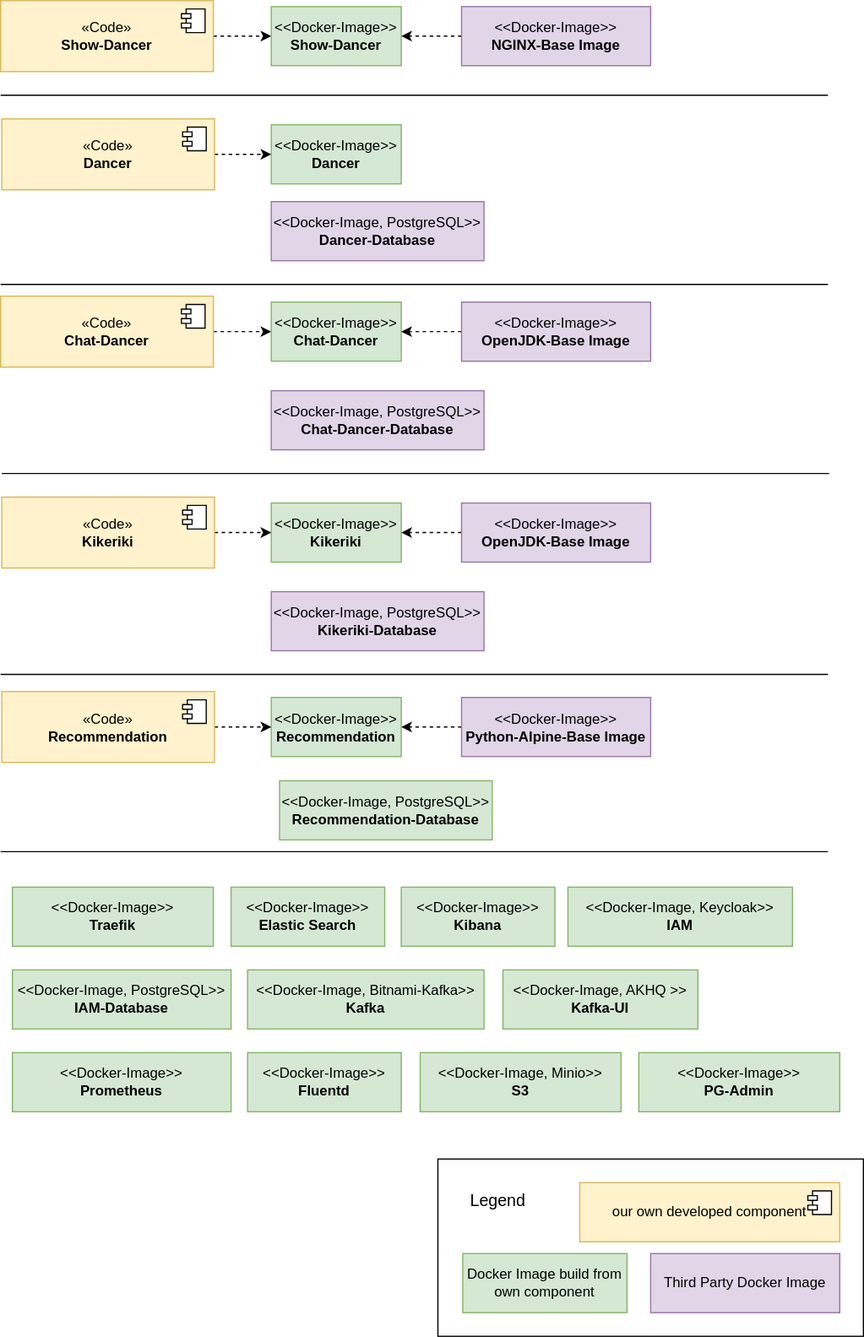
dancier/documentation keeps this draw.io diagram as src/main/jbake/content/documentation/arc42/images/deployment-components.drawio.svg. Above is the earlier version. Source tidied: cells renumbered, new cells last; positions are measured from the earlier drawing's top-left corner, leaving out a move shared by most shapes. The source it was exported from:
```xml
<mxGraphModel>
  <root>
    <mxCell id="0" />
    <mxCell id="1" parent="0" />
    <mxCell id="2" style="edgeStyle=orthogonalEdgeStyle;rounded=0;jettySize=auto;html=1;entryX=0;entryY=0.5;entryDx=0;entryDy=0;dashed=1;" parent="1" edge="1" source="3" target="5">
      <mxGeometry relative="1" as="geometry" />
    </mxCell>
    <mxCell id="3" value="«Code»&lt;br&gt;&lt;b&gt;Show-Dancer&lt;/b&gt;" style="html=1;whiteSpace=wrap;fillColor=#fff2cc;strokeColor=#d6b656;" parent="1" vertex="1">
      <mxGeometry width="180" height="60" as="geometry" />
    </mxCell>
    <mxCell id="4" style="shape=module;jettyWidth=8;jettyHeight=4;" parent="3" vertex="1">
      <mxGeometry x="1" width="20" height="20" relative="1" as="geometry">
        <mxPoint x="-27" y="7" as="offset" />
      </mxGeometry>
    </mxCell>
    <mxCell id="5" value="&amp;lt;&amp;lt;Docker-Image&amp;gt;&amp;gt;&lt;br&gt;&lt;b&gt;Show-Dancer&lt;/b&gt;" style="html=1;whiteSpace=wrap;fillColor=#d5e8d4;strokeColor=#82b366;" parent="1" vertex="1">
      <mxGeometry x="229" y="5" width="110" height="50" as="geometry" />
    </mxCell>
    <mxCell id="6" style="edgeStyle=orthogonalEdgeStyle;rounded=0;jettySize=auto;html=1;entryX=1;entryY=0.5;entryDx=0;entryDy=0;dashed=1;" parent="1" edge="1" source="7" target="5">
      <mxGeometry relative="1" as="geometry" />
    </mxCell>
    <mxCell id="7" value="&amp;lt;&amp;lt;Docker-Image&amp;gt;&amp;gt;&lt;br&gt;&lt;b&gt;NGINX-Base Image&lt;/b&gt;" style="html=1;whiteSpace=wrap;fillColor=#e1d5e7;strokeColor=#9673a6;" parent="1" vertex="1">
      <mxGeometry x="390" y="5" width="160" height="50" as="geometry" />
    </mxCell>
    <mxCell id="8" value="&amp;lt;&amp;lt;Docker-Image&amp;gt;&amp;gt;&lt;br&gt;&lt;b&gt;Dancer&lt;/b&gt;" style="html=1;whiteSpace=wrap;fillColor=#d5e8d4;strokeColor=#82b366;" parent="1" vertex="1">
      <mxGeometry x="229" y="105" width="110" height="50" as="geometry" />
    </mxCell>
    <mxCell id="9" style="edgeStyle=orthogonalEdgeStyle;rounded=0;jettySize=auto;html=1;entryX=0;entryY=0.5;entryDx=0;entryDy=0;dashed=1;" parent="1" edge="1" source="10" target="8">
      <mxGeometry relative="1" as="geometry" />
    </mxCell>
    <mxCell id="10" value="«Code»&lt;br&gt;&lt;b&gt;Dancer&lt;/b&gt;" style="html=1;whiteSpace=wrap;fillColor=#fff2cc;strokeColor=#d6b656;" parent="1" vertex="1">
      <mxGeometry x="1" y="100" width="180" height="60" as="geometry" />
    </mxCell>
    <mxCell id="11" style="shape=module;jettyWidth=8;jettyHeight=4;" parent="10" vertex="1">
      <mxGeometry x="1" width="20" height="20" relative="1" as="geometry">
        <mxPoint x="-27" y="7" as="offset" />
      </mxGeometry>
    </mxCell>
    <mxCell id="12" value="&amp;lt;&amp;lt;Docker-Image, PostgreSQL&amp;gt;&amp;gt;&lt;br&gt;&lt;b&gt;Dancer-Database&lt;/b&gt;" style="html=1;whiteSpace=wrap;fillColor=#e1d5e7;strokeColor=#9673a6;" parent="1" vertex="1">
      <mxGeometry x="229" y="170" width="180" height="50" as="geometry" />
    </mxCell>
    <mxCell id="13" value="&amp;lt;&amp;lt;Docker-Image&amp;gt;&amp;gt;&lt;br&gt;&lt;b&gt;Chat-Dancer&lt;/b&gt;" style="html=1;whiteSpace=wrap;fillColor=#d5e8d4;strokeColor=#82b366;" parent="1" vertex="1">
      <mxGeometry x="229" y="255" width="110" height="50" as="geometry" />
    </mxCell>
    <mxCell id="14" style="edgeStyle=orthogonalEdgeStyle;rounded=0;jettySize=auto;html=1;entryX=0;entryY=0.5;entryDx=0;entryDy=0;dashed=1;" parent="1" edge="1" source="15" target="13">
      <mxGeometry relative="1" as="geometry" />
    </mxCell>
    <mxCell id="15" value="«Code»&lt;br&gt;&lt;b&gt;Chat-Dancer&lt;/b&gt;" style="html=1;whiteSpace=wrap;fillColor=#fff2cc;strokeColor=#d6b656;" parent="1" vertex="1">
      <mxGeometry y="250" width="180" height="60" as="geometry" />
    </mxCell>
    <mxCell id="16" style="shape=module;jettyWidth=8;jettyHeight=4;" parent="15" vertex="1">
      <mxGeometry x="1" width="20" height="20" relative="1" as="geometry">
        <mxPoint x="-27" y="7" as="offset" />
      </mxGeometry>
    </mxCell>
    <mxCell id="17" style="edgeStyle=orthogonalEdgeStyle;rounded=0;jettySize=auto;html=1;dashed=1;" parent="1" edge="1" source="18" target="13">
      <mxGeometry relative="1" as="geometry" />
    </mxCell>
    <mxCell id="18" value="&amp;lt;&amp;lt;Docker-Image&amp;gt;&amp;gt;&lt;br&gt;&lt;b&gt;OpenJDK-Base Image&lt;/b&gt;" style="html=1;whiteSpace=wrap;fillColor=#e1d5e7;strokeColor=#9673a6;" parent="1" vertex="1">
      <mxGeometry x="390" y="255" width="160" height="50" as="geometry" />
    </mxCell>
    <mxCell id="19" value="&amp;lt;&amp;lt;Docker-Image, PostgreSQL&amp;gt;&amp;gt;&lt;br&gt;&lt;b&gt;Chat-Dancer-Database&lt;/b&gt;" style="html=1;whiteSpace=wrap;fillColor=#e1d5e7;strokeColor=#9673a6;" parent="1" vertex="1">
      <mxGeometry x="229" y="330" width="180" height="50" as="geometry" />
    </mxCell>
    <mxCell id="20" value="&amp;lt;&amp;lt;Docker-Image&amp;gt;&amp;gt;&lt;br&gt;&lt;b&gt;Fluentd&lt;/b&gt;" style="html=1;whiteSpace=wrap;fillColor=#d5e8d4;strokeColor=#82b366;" parent="1" vertex="1">
      <mxGeometry x="209" y="890" width="130" height="50" as="geometry" />
    </mxCell>
    <mxCell id="21" value="&amp;lt;&amp;lt;Docker-Image, Keycloak&amp;gt;&amp;gt;&lt;br&gt;&lt;b&gt;IAM&lt;/b&gt;" style="html=1;whiteSpace=wrap;fillColor=#d5e8d4;strokeColor=#82b366;" parent="1" vertex="1">
      <mxGeometry x="480" y="750" width="190" height="50" as="geometry" />
    </mxCell>
    <mxCell id="22" value="&amp;lt;&amp;lt;Docker-Image, PostgreSQL&amp;gt;&amp;gt;&lt;br&gt;&lt;b&gt;IAM-Database&lt;/b&gt;" style="html=1;whiteSpace=wrap;fillColor=#d5e8d4;strokeColor=#82b366;" parent="1" vertex="1">
      <mxGeometry x="10" y="820" width="185" height="50" as="geometry" />
    </mxCell>
    <mxCell id="23" value="&amp;lt;&amp;lt;Docker-Image, Bitnami-Kafka&amp;gt;&amp;gt;&lt;br&gt;&lt;b&gt;Kafka&lt;/b&gt;" style="html=1;whiteSpace=wrap;fillColor=#d5e8d4;strokeColor=#82b366;" parent="1" vertex="1">
      <mxGeometry x="209" y="820" width="200" height="50" as="geometry" />
    </mxCell>
    <mxCell id="24" value="&amp;lt;&amp;lt;Docker-Image, AKHQ &amp;gt;&amp;gt;&lt;br&gt;&lt;b&gt;Kafka-UI&lt;/b&gt;" style="html=1;whiteSpace=wrap;fillColor=#d5e8d4;strokeColor=#82b366;" parent="1" vertex="1">
      <mxGeometry x="425" y="820" width="165" height="50" as="geometry" />
    </mxCell>
    <mxCell id="25" value="&amp;lt;&amp;lt;Docker-Image&amp;gt;&amp;gt;&lt;br&gt;&lt;b&gt;Kikeriki&lt;/b&gt;" style="html=1;whiteSpace=wrap;fillColor=#d5e8d4;strokeColor=#82b366;" parent="1" vertex="1">
      <mxGeometry x="229" y="425" width="110" height="50" as="geometry" />
    </mxCell>
    <mxCell id="26" style="edgeStyle=orthogonalEdgeStyle;rounded=0;jettySize=auto;html=1;entryX=0;entryY=0.5;entryDx=0;entryDy=0;dashed=1;" parent="1" edge="1" source="27" target="25">
      <mxGeometry relative="1" as="geometry" />
    </mxCell>
    <mxCell id="27" value="«Code»&lt;br&gt;&lt;b&gt;Kikeriki&lt;/b&gt;" style="html=1;whiteSpace=wrap;fillColor=#fff2cc;strokeColor=#d6b656;" parent="1" vertex="1">
      <mxGeometry x="1" y="420" width="180" height="60" as="geometry" />
    </mxCell>
    <mxCell id="28" style="shape=module;jettyWidth=8;jettyHeight=4;" parent="27" vertex="1">
      <mxGeometry x="1" width="20" height="20" relative="1" as="geometry">
        <mxPoint x="-27" y="7" as="offset" />
      </mxGeometry>
    </mxCell>
    <mxCell id="29" style="edgeStyle=orthogonalEdgeStyle;rounded=0;jettySize=auto;html=1;dashed=1;" parent="1" edge="1" source="30" target="25">
      <mxGeometry relative="1" as="geometry" />
    </mxCell>
    <mxCell id="30" value="&amp;lt;&amp;lt;Docker-Image&amp;gt;&amp;gt;&lt;br&gt;&lt;b&gt;OpenJDK-Base Image&lt;/b&gt;" style="html=1;whiteSpace=wrap;fillColor=#e1d5e7;strokeColor=#9673a6;" parent="1" vertex="1">
      <mxGeometry x="390" y="425" width="160" height="50" as="geometry" />
    </mxCell>
    <mxCell id="31" value="&amp;lt;&amp;lt;Docker-Image, PostgreSQL&amp;gt;&amp;gt;&lt;br&gt;&lt;b&gt;Kikeriki-Database&lt;/b&gt;" style="html=1;whiteSpace=wrap;fillColor=#e1d5e7;strokeColor=#9673a6;" parent="1" vertex="1">
      <mxGeometry x="229" y="500" width="180" height="50" as="geometry" />
    </mxCell>
    <mxCell id="32" value="&amp;lt;&amp;lt;Docker-Image&amp;gt;&amp;gt;&lt;br&gt;&lt;b&gt;PG-Admin&lt;/b&gt;" style="html=1;whiteSpace=wrap;fillColor=#d5e8d4;strokeColor=#82b366;" parent="1" vertex="1">
      <mxGeometry x="540" y="890" width="170" height="50" as="geometry" />
    </mxCell>
    <mxCell id="33" value="&amp;lt;&amp;lt;Docker-Image&amp;gt;&amp;gt;&lt;br&gt;&lt;b&gt;Prometheus&lt;/b&gt;" style="html=1;whiteSpace=wrap;fillColor=#d5e8d4;strokeColor=#82b366;" parent="1" vertex="1">
      <mxGeometry x="10" y="890" width="185" height="50" as="geometry" />
    </mxCell>
    <mxCell id="34" value="&amp;lt;&amp;lt;Docker-Image&amp;gt;&amp;gt;&lt;br&gt;&lt;b&gt;Recommendation&lt;/b&gt;" style="html=1;whiteSpace=wrap;fillColor=#d5e8d4;strokeColor=#82b366;" parent="1" vertex="1">
      <mxGeometry x="229" y="589.5" width="110" height="50" as="geometry" />
    </mxCell>
    <mxCell id="35" style="edgeStyle=orthogonalEdgeStyle;rounded=0;jettySize=auto;html=1;entryX=0;entryY=0.5;entryDx=0;entryDy=0;dashed=1;" parent="1" edge="1" source="36" target="34">
      <mxGeometry relative="1" as="geometry" />
    </mxCell>
    <mxCell id="36" value="«Code»&lt;br&gt;&lt;b&gt;Recommendation&lt;/b&gt;" style="html=1;whiteSpace=wrap;fillColor=#fff2cc;strokeColor=#d6b656;" parent="1" vertex="1">
      <mxGeometry x="1" y="584.5" width="180" height="60" as="geometry" />
    </mxCell>
    <mxCell id="37" style="shape=module;jettyWidth=8;jettyHeight=4;" parent="36" vertex="1">
      <mxGeometry x="1" width="20" height="20" relative="1" as="geometry">
        <mxPoint x="-27" y="7" as="offset" />
      </mxGeometry>
    </mxCell>
    <mxCell id="38" style="edgeStyle=orthogonalEdgeStyle;rounded=0;jettySize=auto;html=1;dashed=1;" parent="1" edge="1" source="39" target="34">
      <mxGeometry relative="1" as="geometry" />
    </mxCell>
    <mxCell id="39" value="&amp;lt;&amp;lt;Docker-Image&amp;gt;&amp;gt;&lt;br&gt;&lt;b&gt;Python-Alpine-Base Image&lt;/b&gt;" style="html=1;whiteSpace=wrap;fillColor=#e1d5e7;strokeColor=#9673a6;" parent="1" vertex="1">
      <mxGeometry x="390" y="589.5" width="160" height="50" as="geometry" />
    </mxCell>
    <mxCell id="40" value="&amp;lt;&amp;lt;Docker-Image, PostgreSQL&amp;gt;&amp;gt;&lt;br&gt;&lt;b&gt;Recommendation-Database&lt;/b&gt;" style="html=1;whiteSpace=wrap;fillColor=#d5e8d4;strokeColor=#82b366;" parent="1" vertex="1">
      <mxGeometry x="236" y="660" width="180" height="50" as="geometry" />
    </mxCell>
    <mxCell id="41" value="&amp;lt;&amp;lt;Docker-Image&amp;gt;&amp;gt;&lt;br&gt;&lt;b&gt;Elastic Search&lt;/b&gt;" style="html=1;whiteSpace=wrap;fillColor=#d5e8d4;strokeColor=#82b366;" parent="1" vertex="1">
      <mxGeometry x="195" y="750" width="130" height="50" as="geometry" />
    </mxCell>
    <mxCell id="42" value="&amp;lt;&amp;lt;Docker-Image&amp;gt;&amp;gt;&lt;br&gt;&lt;b&gt;Traefik&lt;/b&gt;" style="html=1;whiteSpace=wrap;fillColor=#d5e8d4;strokeColor=#82b366;" parent="1" vertex="1">
      <mxGeometry x="10" y="750" width="170" height="50" as="geometry" />
    </mxCell>
    <mxCell id="43" value="&amp;lt;&amp;lt;Docker-Image, Minio&amp;gt;&amp;gt;&lt;br&gt;&lt;b&gt;S3&lt;/b&gt;" style="html=1;whiteSpace=wrap;fillColor=#d5e8d4;strokeColor=#82b366;" parent="1" vertex="1">
      <mxGeometry x="355" y="890" width="170" height="50" as="geometry" />
    </mxCell>
    <mxCell id="44" style="endArrow=none;html=1;rounded=0;" parent="1" edge="1">
      <mxGeometry relative="1" as="geometry">
        <mxPoint y="80" as="sourcePoint" />
        <mxPoint x="700" y="80" as="targetPoint" />
      </mxGeometry>
    </mxCell>
    <mxCell id="45" style="endArrow=none;html=1;rounded=0;" parent="1" edge="1">
      <mxGeometry relative="1" as="geometry">
        <mxPoint y="240" as="sourcePoint" />
        <mxPoint x="700" y="240" as="targetPoint" />
      </mxGeometry>
    </mxCell>
    <mxCell id="46" style="endArrow=none;html=1;rounded=0;" parent="1" edge="1">
      <mxGeometry relative="1" as="geometry">
        <mxPoint x="1" y="400" as="sourcePoint" />
        <mxPoint x="701" y="400" as="targetPoint" />
      </mxGeometry>
    </mxCell>
    <mxCell id="47" style="endArrow=none;html=1;rounded=0;" parent="1" edge="1">
      <mxGeometry relative="1" as="geometry">
        <mxPoint y="720" as="sourcePoint" />
        <mxPoint x="700" y="720" as="targetPoint" />
      </mxGeometry>
    </mxCell>
    <mxCell id="48" style="endArrow=none;html=1;rounded=0;" parent="1" edge="1">
      <mxGeometry relative="1" as="geometry">
        <mxPoint y="570" as="sourcePoint" />
        <mxPoint x="700" y="570" as="targetPoint" />
      </mxGeometry>
    </mxCell>
    <mxCell id="49" value="&amp;lt;&amp;lt;Docker-Image&amp;gt;&amp;gt;&lt;br&gt;&lt;b&gt;Kibana&lt;/b&gt;" style="html=1;whiteSpace=wrap;fillColor=#d5e8d4;strokeColor=#82b366;" parent="1" vertex="1">
      <mxGeometry x="339" y="750" width="130" height="50" as="geometry" />
    </mxCell>
    <mxCell id="50" style="rounded=0;whiteSpace=wrap;html=1;" parent="1" vertex="1">
      <mxGeometry x="370" y="980" width="360" height="150" as="geometry" />
    </mxCell>
    <mxCell id="51" value="our own developed component" style="html=1;whiteSpace=wrap;fillColor=#fff2cc;strokeColor=#d6b656;" parent="1" vertex="1">
      <mxGeometry x="490" y="1000" width="220" height="50" as="geometry" />
    </mxCell>
    <mxCell id="52" style="shape=module;jettyWidth=8;jettyHeight=4;" parent="51" vertex="1">
      <mxGeometry x="1" width="20" height="20" relative="1" as="geometry">
        <mxPoint x="-27" y="7" as="offset" />
      </mxGeometry>
    </mxCell>
    <mxCell id="53" value="Docker Image build from own component" style="html=1;whiteSpace=wrap;fillColor=#d5e8d4;strokeColor=#82b366;" parent="1" vertex="1">
      <mxGeometry x="391" y="1060" width="139" height="50" as="geometry" />
    </mxCell>
    <mxCell id="54" value="Third Party Docker Image" style="html=1;whiteSpace=wrap;fillColor=#e1d5e7;strokeColor=#9673a6;" parent="1" vertex="1">
      <mxGeometry x="550" y="1060" width="160" height="50" as="geometry" />
    </mxCell>
    <mxCell id="55" value="&lt;font style=&quot;font-size: 14px;&quot;&gt;Legend&lt;/font&gt;" style="text;html=1;strokeColor=none;fillColor=none;align=center;verticalAlign=middle;whiteSpace=wrap;rounded=0;" parent="1" vertex="1">
      <mxGeometry x="391" y="1000" width="60" height="30" as="geometry" />
    </mxCell>
  </root>
</mxGraphModel>
```
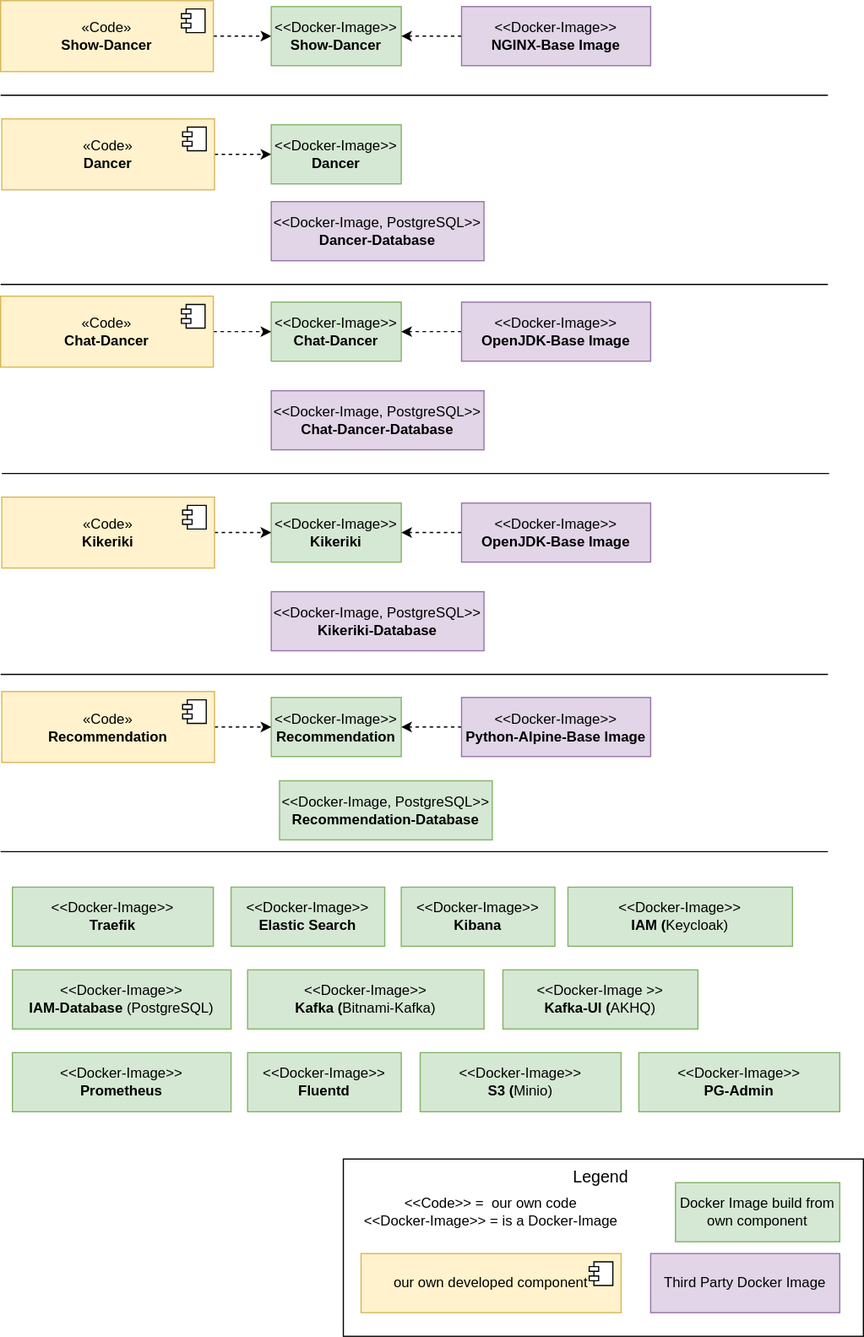
The same file after the commit.

Diff of the diagram source:
```diff
@@ -65,16 +65,16 @@
     <mxCell id="20" value="&amp;lt;&amp;lt;Docker-Image&amp;gt;&amp;gt;&lt;br&gt;&lt;b&gt;Fluentd&lt;/b&gt;" style="html=1;whiteSpace=wrap;fillColor=#d5e8d4;strokeColor=#82b366;" parent="1" vertex="1">
       <mxGeometry x="209" y="890" width="130" height="50" as="geometry" />
     </mxCell>
-    <mxCell id="21" value="&amp;lt;&amp;lt;Docker-Image, Keycloak&amp;gt;&amp;gt;&lt;br&gt;&lt;b&gt;IAM&lt;/b&gt;" style="html=1;whiteSpace=wrap;fillColor=#d5e8d4;strokeColor=#82b366;" parent="1" vertex="1">
+    <mxCell id="21" value="&amp;lt;&amp;lt;Docker-Image&amp;gt;&amp;gt;&lt;br&gt;&lt;b&gt;IAM (&lt;/b&gt;Keycloak)" style="html=1;whiteSpace=wrap;fillColor=#d5e8d4;strokeColor=#82b366;" parent="1" vertex="1">
       <mxGeometry x="480" y="750" width="190" height="50" as="geometry" />
     </mxCell>
-    <mxCell id="22" value="&amp;lt;&amp;lt;Docker-Image, PostgreSQL&amp;gt;&amp;gt;&lt;br&gt;&lt;b&gt;IAM-Database&lt;/b&gt;" style="html=1;whiteSpace=wrap;fillColor=#d5e8d4;strokeColor=#82b366;" parent="1" vertex="1">
+    <mxCell id="22" value="&amp;lt;&amp;lt;Docker-Image&amp;gt;&amp;gt;&lt;br&gt;&lt;b&gt;IAM-Database &lt;/b&gt;(PostgreSQL)" style="html=1;whiteSpace=wrap;fillColor=#d5e8d4;strokeColor=#82b366;" parent="1" vertex="1">
       <mxGeometry x="10" y="820" width="185" height="50" as="geometry" />
     </mxCell>
-    <mxCell id="23" value="&amp;lt;&amp;lt;Docker-Image, Bitnami-Kafka&amp;gt;&amp;gt;&lt;br&gt;&lt;b&gt;Kafka&lt;/b&gt;" style="html=1;whiteSpace=wrap;fillColor=#d5e8d4;strokeColor=#82b366;" parent="1" vertex="1">
+    <mxCell id="23" value="&amp;lt;&amp;lt;Docker-Image&amp;gt;&amp;gt;&lt;br&gt;&lt;b&gt;Kafka (&lt;/b&gt;Bitnami-Kafka)" style="html=1;whiteSpace=wrap;fillColor=#d5e8d4;strokeColor=#82b366;" parent="1" vertex="1">
       <mxGeometry x="209" y="820" width="200" height="50" as="geometry" />
     </mxCell>
-    <mxCell id="24" value="&amp;lt;&amp;lt;Docker-Image, AKHQ &amp;gt;&amp;gt;&lt;br&gt;&lt;b&gt;Kafka-UI&lt;/b&gt;" style="html=1;whiteSpace=wrap;fillColor=#d5e8d4;strokeColor=#82b366;" parent="1" vertex="1">
+    <mxCell id="24" value="&amp;lt;&amp;lt;Docker-Image &amp;gt;&amp;gt;&lt;br&gt;&lt;b&gt;Kafka-UI (&lt;/b&gt;AKHQ)" style="html=1;whiteSpace=wrap;fillColor=#d5e8d4;strokeColor=#82b366;" parent="1" vertex="1">
       <mxGeometry x="425" y="820" width="165" height="50" as="geometry" />
     </mxCell>
     <mxCell id="25" value="&amp;lt;&amp;lt;Docker-Image&amp;gt;&amp;gt;&lt;br&gt;&lt;b&gt;Kikeriki&lt;/b&gt;" style="html=1;whiteSpace=wrap;fillColor=#d5e8d4;strokeColor=#82b366;" parent="1" vertex="1">
@@ -135,7 +135,7 @@
     <mxCell id="42" value="&amp;lt;&amp;lt;Docker-Image&amp;gt;&amp;gt;&lt;br&gt;&lt;b&gt;Traefik&lt;/b&gt;" style="html=1;whiteSpace=wrap;fillColor=#d5e8d4;strokeColor=#82b366;" parent="1" vertex="1">
       <mxGeometry x="10" y="750" width="170" height="50" as="geometry" />
     </mxCell>
-    <mxCell id="43" value="&amp;lt;&amp;lt;Docker-Image, Minio&amp;gt;&amp;gt;&lt;br&gt;&lt;b&gt;S3&lt;/b&gt;" style="html=1;whiteSpace=wrap;fillColor=#d5e8d4;strokeColor=#82b366;" parent="1" vertex="1">
+    <mxCell id="43" value="&amp;lt;&amp;lt;Docker-Image&amp;gt;&amp;gt;&lt;br&gt;&lt;b&gt;S3 (&lt;/b&gt;Minio)" style="html=1;whiteSpace=wrap;fillColor=#d5e8d4;strokeColor=#82b366;" parent="1" vertex="1">
       <mxGeometry x="355" y="890" width="170" height="50" as="geometry" />
     </mxCell>
     <mxCell id="44" style="endArrow=none;html=1;rounded=0;" parent="1" edge="1">
@@ -172,10 +172,10 @@
       <mxGeometry x="339" y="750" width="130" height="50" as="geometry" />
     </mxCell>
     <mxCell id="50" style="rounded=0;whiteSpace=wrap;html=1;" parent="1" vertex="1">
-      <mxGeometry x="370" y="980" width="360" height="150" as="geometry" />
+      <mxGeometry x="290" y="980" width="440" height="150" as="geometry" />
     </mxCell>
     <mxCell id="51" value="our own developed component" style="html=1;whiteSpace=wrap;fillColor=#fff2cc;strokeColor=#d6b656;" parent="1" vertex="1">
-      <mxGeometry x="490" y="1000" width="220" height="50" as="geometry" />
+      <mxGeometry x="305" y="1060" width="220" height="50" as="geometry" />
     </mxCell>
     <mxCell id="52" style="shape=module;jettyWidth=8;jettyHeight=4;" parent="51" vertex="1">
       <mxGeometry x="1" width="20" height="20" relative="1" as="geometry">
@@ -183,13 +183,16 @@
       </mxGeometry>
     </mxCell>
     <mxCell id="53" value="Docker Image build from own component" style="html=1;whiteSpace=wrap;fillColor=#d5e8d4;strokeColor=#82b366;" parent="1" vertex="1">
-      <mxGeometry x="391" y="1060" width="139" height="50" as="geometry" />
+      <mxGeometry x="571" y="1000" width="139" height="50" as="geometry" />
     </mxCell>
     <mxCell id="54" value="Third Party Docker Image" style="html=1;whiteSpace=wrap;fillColor=#e1d5e7;strokeColor=#9673a6;" parent="1" vertex="1">
       <mxGeometry x="550" y="1060" width="160" height="50" as="geometry" />
     </mxCell>
     <mxCell id="55" value="&lt;font style=&quot;font-size: 14px;&quot;&gt;Legend&lt;/font&gt;" style="text;html=1;strokeColor=none;fillColor=none;align=center;verticalAlign=middle;whiteSpace=wrap;rounded=0;" parent="1" vertex="1">
-      <mxGeometry x="391" y="1000" width="60" height="30" as="geometry" />
+      <mxGeometry x="477.5" y="980" width="60" height="30" as="geometry" />
     </mxCell>
+    <mxCell id="56" value="&amp;lt;&amp;lt;Code&amp;gt;&amp;gt; =&amp;nbsp; our own code&lt;br&gt;&amp;lt;&amp;lt;Docker-Image&amp;gt;&amp;gt; = is a Docker-Image" style="text;html=1;strokeColor=none;fillColor=none;align=center;verticalAlign=middle;whiteSpace=wrap;rounded=0;" parent="1" vertex="1">
+      <mxGeometry x="300" y="1010" width="230" height="30" as="geometry" />
+    </mxCell>
   </root>
 </mxGraphModel>
```
